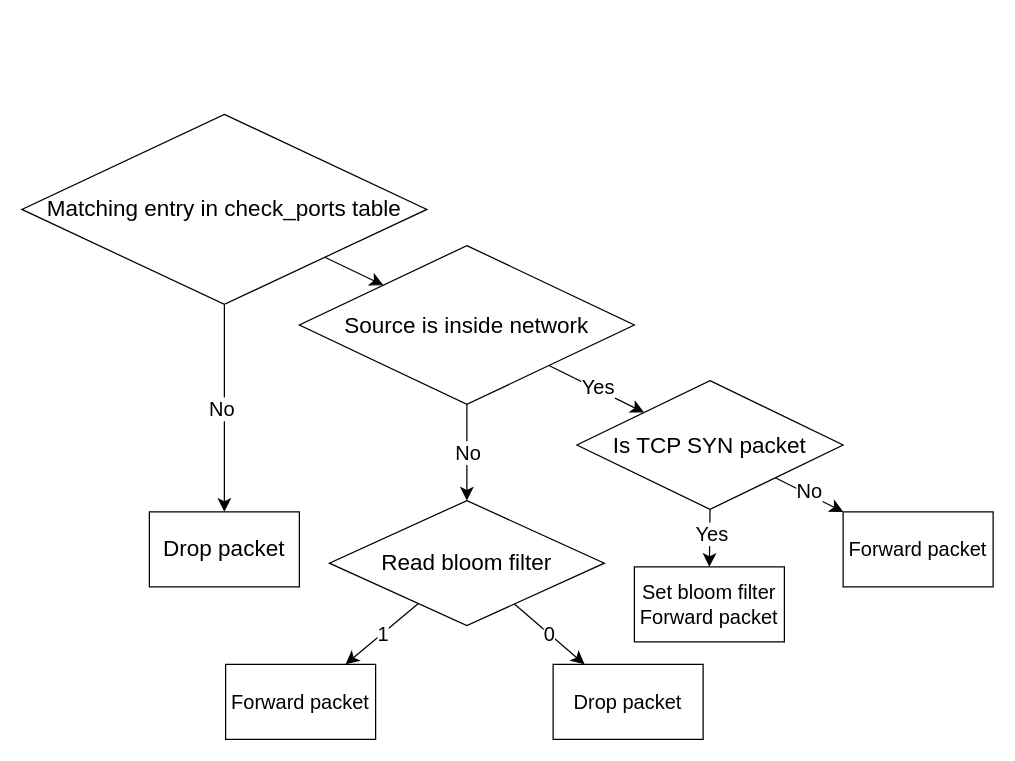
Before: page "check_ports" (2 of 2) of env_setup.drawio in McQueen24/P4, a draw.io diagram. Source tidied: cells renumbered, new cells numbered last; positions are measured from the earlier drawing's top-left corner, leaving out a move shared by most shapes. Both pictures are drawn from the tidied source at 125%, with x=0, y=0 at pixel (21, 114).
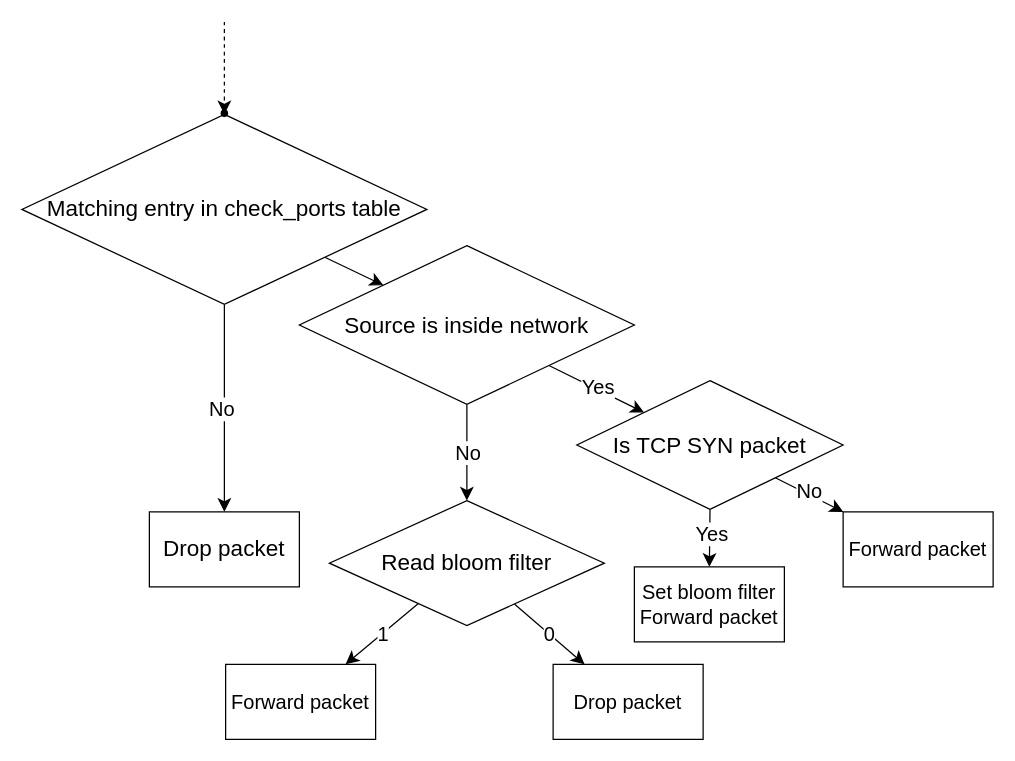
Above is the later version.

Unchanged cells that the change refers to:
```xml
<mxCell id="5" value="&lt;font style=&quot;font-size: 18px;&quot;&gt;Matching entry in check_ports table&lt;/font&gt;" style="rhombus;whiteSpace=wrap;html=1;" parent="1" vertex="1">
  <mxGeometry width="324" height="152" as="geometry" />
</mxCell>
```

Change to the diagram source:
```diff
@@
+    <mxCell id="26" style="shape=waypoint;sketch=0;size=6;fillColor=default;perimeter=centerPerimeter;" parent="1" vertex="1">
+      <mxGeometry x="152" y="-11" width="20" height="20" as="geometry" />
+    </mxCell>
+    <mxCell id="27" style="edgeStyle=none;curved=1;rounded=0;jettySize=auto;html=1;fontSize=12;startSize=8;endSize=8;entryX=0.5;entryY=0;entryDx=0;entryDy=0;dashed=1;" parent="1" edge="1" target="5">
+      <mxGeometry relative="1" as="geometry">
+        <mxPoint x="162" y="-74" as="sourcePoint" />
+      </mxGeometry>
+    </mxCell>
```
